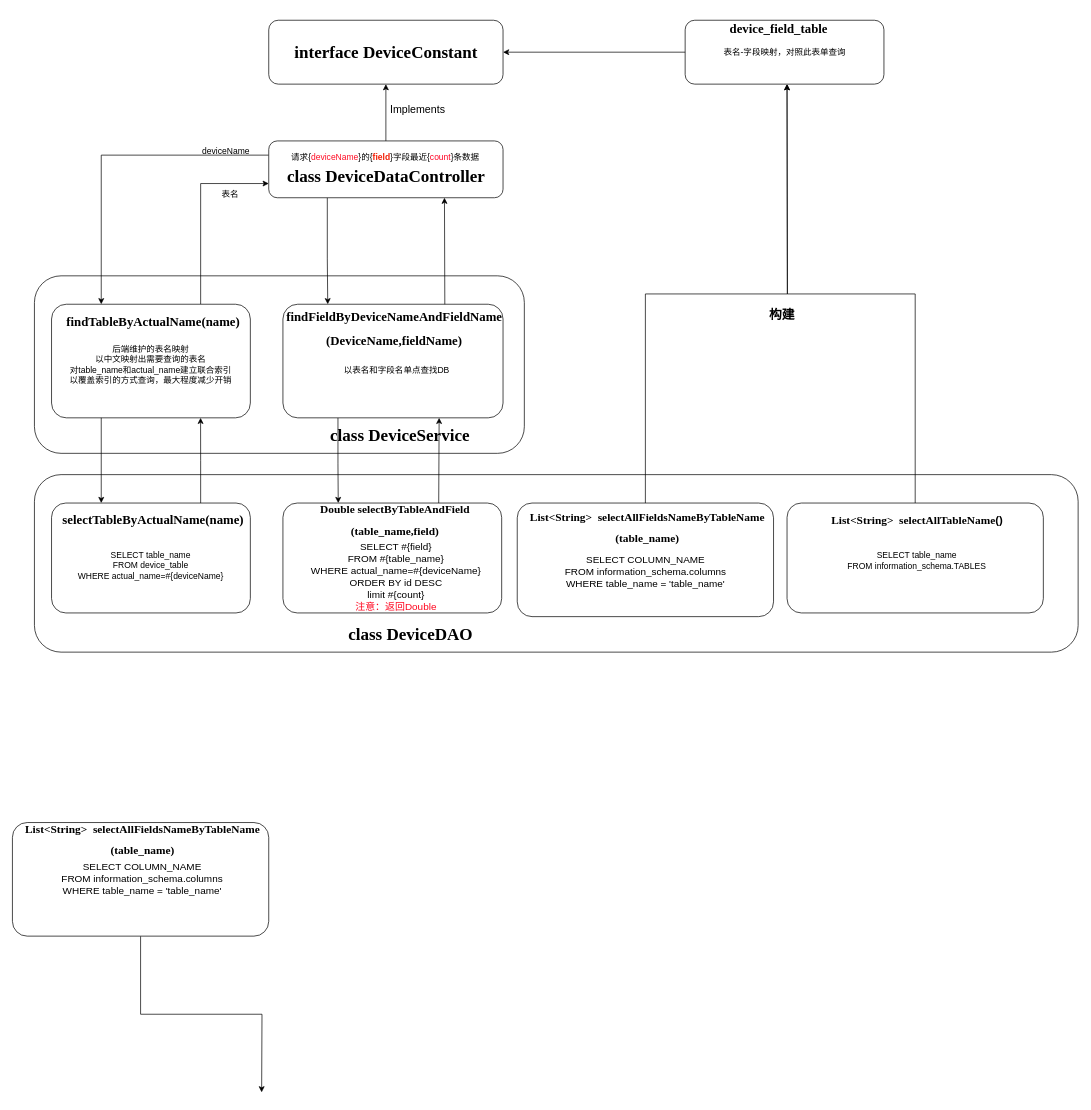
Above: 未命名绘图.drawio in RK-JD/DrawIO (draw.io), before the change. Source tidied: cells renumbered, new cells numbered last; positions are measured from the earlier drawing's top-left corner, leaving out a move shared by most shapes. Both pictures are drawn from the tidied source at 71%, with x=0, y=0 at pixel (12, 20).
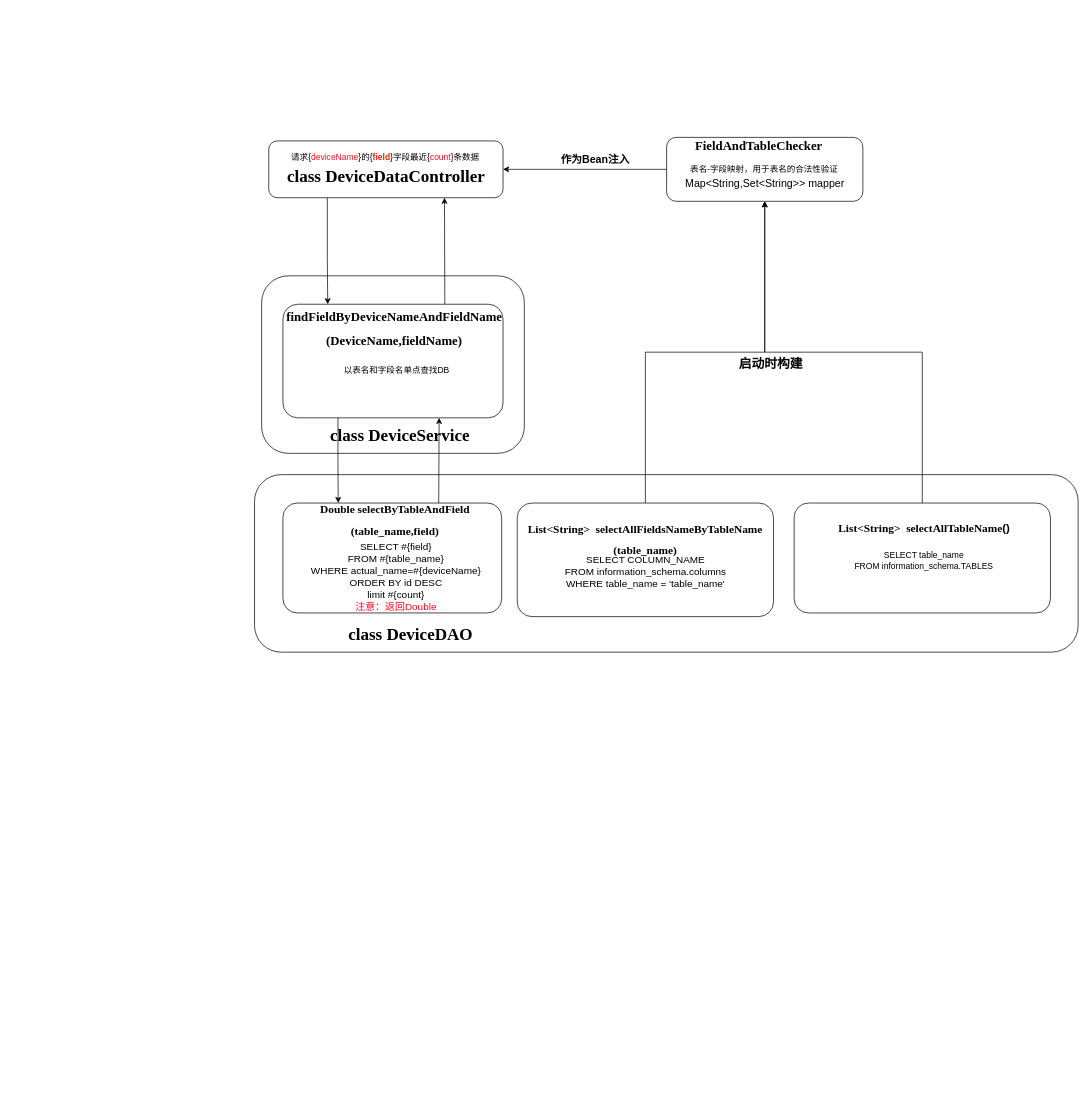
Above is the later version.

Commit message:
更新未命名绘图.drawio

Unchanged cells that the change refers to:
```xml
<mxCell id="38" style="rounded=1;whiteSpace=wrap;html=1;" parent="1" vertex="1">
  <mxGeometry x="361" y="170" width="330" height="80" as="geometry" />
</mxCell>
<mxCell id="49" style="group;" parent="48" vertex="1">
  <mxGeometry width="361" height="154.8" as="geometry" />
</mxCell>
<mxCell id="51" style="rounded=1;whiteSpace=wrap;html=1;arcSize=13;" parent="49" vertex="1">
  <mxGeometry width="361" height="154.8" as="geometry" />
</mxCell>
<mxCell id="57" style="rounded=1;whiteSpace=wrap;html=1;arcSize=13;" parent="1" vertex="1">
  <mxGeometry x="711" y="680" width="361" height="160" as="geometry" />
</mxCell>
```

Diff of the diagram source:
```diff
@@
     <mxCell id="2" style="rounded=1;whiteSpace=wrap;html=1;" parent="1" vertex="1">
-      <mxGeometry x="31" y="640" width="1470" height="250" as="geometry" />
+      <mxGeometry x="341" y="640" width="1160" height="250" as="geometry" />
     </mxCell>
     <mxCell id="3" style="rounded=1;whiteSpace=wrap;html=1;" parent="1" vertex="1">
-      <mxGeometry x="31" y="360" width="690" height="250" as="geometry" />
+      <mxGeometry x="351" y="360" width="370" height="250" as="geometry" />
     </mxCell>
-    <mxCell id="4" value="deviceName" style="text;html=1;strokeColor=none;fillColor=none;align=center;verticalAlign=middle;whiteSpace=wrap;rounded=0;" parent="1" vertex="1">
-      <mxGeometry x="271" y="170" width="60" height="30" as="geometry" />
-    </mxCell>
-    <mxCell id="5" value="表名" style="text;html=1;strokeColor=none;fillColor=none;align=center;verticalAlign=middle;whiteSpace=wrap;rounded=0;" parent="1" vertex="1">
-      <mxGeometry x="276.9" y="230" width="60" height="30" as="geometry" />
-    </mxCell>
-    <mxCell id="6" style="edgeStyle=orthogonalEdgeStyle;rounded=0;jettySize=auto;html=1;exitX=0;exitY=0.25;exitDx=0;exitDy=0;entryX=0.25;entryY=0;entryDx=0;entryDy=0;" parent="1" edge="1" source="38" target="33">
-      <mxGeometry relative="1" as="geometry" />
-    </mxCell>
-    <mxCell id="7" style="edgeStyle=orthogonalEdgeStyle;rounded=0;jettySize=auto;html=1;exitX=0.75;exitY=0;exitDx=0;exitDy=0;entryX=0;entryY=0.75;entryDx=0;entryDy=0;" parent="1" edge="1" source="33" target="38">
-      <mxGeometry relative="1" as="geometry" />
-    </mxCell>
-    <mxCell id="8" style="rounded=1;whiteSpace=wrap;html=1;" parent="1" vertex="1">
-      <mxGeometry x="361" width="330" height="90" as="geometry" />
-    </mxCell>
-    <mxCell id="9" style="edgeStyle=orthogonalEdgeStyle;rounded=0;jettySize=auto;html=1;exitX=0.5;exitY=0;exitDx=0;exitDy=0;entryX=0.5;entryY=1;entryDx=0;entryDy=0;" parent="1" edge="1" source="38" target="8">
-      <mxGeometry relative="1" as="geometry" />
-    </mxCell>
-    <mxCell id="10" value="&lt;span style=&quot;font-weight: normal;&quot;&gt;Implements&lt;/span&gt;" style="text;html=1;strokeColor=none;fillColor=none;align=center;verticalAlign=middle;whiteSpace=wrap;rounded=0;fontSize=15;fontStyle=1;" parent="1" vertex="1">
-      <mxGeometry x="541" y="110" width="60" height="30" as="geometry" />
-    </mxCell>
-    <mxCell id="11" value="&lt;h1 style=&quot;border-color: var(--border-color);&quot;&gt;&lt;font style=&quot;border-color: var(--border-color);&quot; face=&quot;Times New Roman&quot;&gt;interface&amp;nbsp;&lt;/font&gt;&lt;font face=&quot;Times New Roman&quot;&gt;DeviceConstant&lt;/font&gt;&lt;/h1&gt;" style="text;html=1;strokeColor=none;fillColor=none;align=center;verticalAlign=middle;whiteSpace=wrap;rounded=0;" parent="1" vertex="1">
-      <mxGeometry x="383.5" y="30" width="285" height="30" as="geometry" />
-    </mxCell>
-    <mxCell id="12" style="group;" parent="1" vertex="1">
-      <mxGeometry y="1130" width="361" height="160" as="geometry" />
-    </mxCell>
-    <mxCell id="13" style="group;" parent="12" vertex="1">
-      <mxGeometry width="361" height="160" as="geometry" />
-    </mxCell>
-    <mxCell id="14" style="group;" parent="13" vertex="1">
-      <mxGeometry width="361" height="160" as="geometry" />
-    </mxCell>
-    <mxCell id="15" style="edgeStyle=orthogonalEdgeStyle;rounded=0;jettySize=auto;html=1;exitX=0.5;exitY=1;exitDx=0;exitDy=0;" parent="14" edge="1" source="16">
-      <mxGeometry relative="1" as="geometry">
-        <mxPoint x="351" y="380" as="targetPoint" />
-      </mxGeometry>
-    </mxCell>
-    <mxCell id="16" style="rounded=1;whiteSpace=wrap;html=1;arcSize=13;" parent="14" vertex="1">
-      <mxGeometry width="361" height="160" as="geometry" />
-    </mxCell>
-    <mxCell id="17" value="&lt;h1 style=&quot;border-color: var(--border-color); font-size: 16px;&quot;&gt;&lt;font style=&quot;border-color: var(--border-color); font-size: 16px;&quot; face=&quot;Times New Roman&quot;&gt;List&amp;lt;String&amp;gt;&amp;nbsp; selectAllFieldsNameByTableName&lt;/font&gt;&lt;/h1&gt;&lt;h1 style=&quot;border-color: var(--border-color); font-size: 16px;&quot;&gt;&lt;font style=&quot;border-color: var(--border-color); font-size: 16px;&quot; face=&quot;Times New Roman&quot;&gt;(table_name)&lt;/font&gt;&lt;/h1&gt;" style="text;html=1;strokeColor=none;fillColor=none;align=center;verticalAlign=middle;whiteSpace=wrap;rounded=0;fontSize=16;spacing=2;" parent="14" vertex="1">
-      <mxGeometry x="5.6" y="9.7" width="355.4" height="29" as="geometry" />
-    </mxCell>
-    <mxCell id="18" value="&lt;font style=&quot;font-size: 14px;&quot;&gt;SELECT COLUMN_NAME &lt;br&gt;FROM information_schema.columns &lt;br&gt;WHERE table_name = 'table_name'&lt;br&gt;&lt;/font&gt;" style="text;whiteSpace=wrap;html=1;align=center;" parent="14" vertex="1">
-      <mxGeometry x="38.4" y="47.4" width="289.8" height="60" as="geometry" />
-    </mxCell>
@@
-    <mxCell id="20" style="group;" parent="1" vertex="1">
-      <mxGeometry x="55.1" y="680" width="281.8" height="154.8" as="geometry" />
-    </mxCell>
-    <mxCell id="21" style="rounded=1;whiteSpace=wrap;html=1;arcSize=13;" parent="20" vertex="1">
-      <mxGeometry width="280" height="154.8" as="geometry" />
-    </mxCell>
-    <mxCell id="22" value="&lt;h1 style=&quot;border-color: var(--border-color); font-size: 18px;&quot;&gt;&lt;font style=&quot;border-color: var(--border-color); font-size: 18px;&quot; face=&quot;Times New Roman&quot;&gt;selectTableByActualName(name)&lt;/font&gt;&lt;/h1&gt;" style="text;html=1;strokeColor=none;fillColor=none;align=center;verticalAlign=middle;whiteSpace=wrap;rounded=0;fontSize=18;" parent="20" vertex="1">
-      <mxGeometry x="5.2" y="9.7" width="276.5" height="29" as="geometry" />
-    </mxCell>
-    <mxCell id="23" value="SELECT table_name&lt;br&gt;FROM device_table&lt;br&gt;WHERE actual_name=#{deviceName}" style="text;whiteSpace=wrap;html=1;align=center;" parent="20" vertex="1">
-      <mxGeometry x="5" y="60" width="270" height="77.4" as="geometry" />
-    </mxCell>
-    <mxCell id="24" style="edgeStyle=orthogonalEdgeStyle;rounded=0;jettySize=auto;html=1;exitX=0.75;exitY=0;exitDx=0;exitDy=0;" parent="20" edge="1" source="21">
-      <mxGeometry relative="1" as="geometry">
-        <mxPoint x="209.9" y="-120" as="targetPoint" />
-      </mxGeometry>
-    </mxCell>
@@
-    <mxCell id="32" style="group;" parent="1" vertex="1">
-      <mxGeometry x="55.1" y="400" width="281.8" height="160" as="geometry" />
-    </mxCell>
-    <mxCell id="33" style="rounded=1;whiteSpace=wrap;html=1;arcSize=13;" parent="32" vertex="1">
-      <mxGeometry width="280" height="160" as="geometry" />
-    </mxCell>
-    <mxCell id="34" value="&lt;h1 style=&quot;border-color: var(--border-color); font-size: 18px;&quot;&gt;&lt;font style=&quot;border-color: var(--border-color); font-size: 18px;&quot; face=&quot;Times New Roman&quot;&gt;findTableByActualName(name)&lt;/font&gt;&lt;/h1&gt;" style="text;html=1;strokeColor=none;fillColor=none;align=center;verticalAlign=middle;whiteSpace=wrap;rounded=0;fontSize=18;" parent="32" vertex="1">
-      <mxGeometry x="5.2" y="10" width="276.5" height="30" as="geometry" />
-    </mxCell>
-    <mxCell id="35" value="后端维护的表名映射&lt;br&gt;以中文映射出需要查询的表名&lt;br&gt;对table_name和actual_name建立联合索引&lt;br&gt;以覆盖索引的方式查询，最大程度减少开销" style="text;whiteSpace=wrap;html=1;align=center;" parent="32" vertex="1">
-      <mxGeometry x="5" y="50" width="270" height="80" as="geometry" />
-    </mxCell>
-    <mxCell id="36" style="edgeStyle=orthogonalEdgeStyle;rounded=0;jettySize=auto;html=1;exitX=0.25;exitY=1;exitDx=0;exitDy=0;entryX=0.25;entryY=0;entryDx=0;entryDy=0;" parent="1" edge="1" source="33" target="21">
-      <mxGeometry relative="1" as="geometry" />
-    </mxCell>
@@
     <mxCell id="47" style="group;" parent="1" vertex="1">
-      <mxGeometry x="1091" y="680" width="361" height="154.8" as="geometry" />
+      <mxGeometry x="1101" y="680" width="361" height="154.8" as="geometry" />
     </mxCell>
@@
-    <mxCell id="50" style="edgeStyle=orthogonalEdgeStyle;rounded=0;jettySize=auto;html=1;exitX=0.5;exitY=0;exitDx=0;exitDy=0;" parent="49" edge="1" source="51">
-      <mxGeometry relative="1" as="geometry">
-        <mxPoint y="-590" as="targetPoint" />
-      </mxGeometry>
-    </mxCell>
@@
     <mxCell id="52" value="&lt;h1 style=&quot;border-color: var(--border-color); font-size: 16px;&quot;&gt;&lt;font style=&quot;border-color: var(--border-color); font-size: 16px;&quot; face=&quot;Times New Roman&quot;&gt;List&amp;lt;String&amp;gt;&amp;nbsp; selectAllTableName&lt;/font&gt;()&lt;/h1&gt;" style="text;html=1;strokeColor=none;fillColor=none;align=center;verticalAlign=middle;whiteSpace=wrap;rounded=0;fontSize=16;spacing=2;" parent="49" vertex="1">
-      <mxGeometry x="5.6" y="9.7" width="355.4" height="29" as="geometry" />
+      <mxGeometry x="5.6" y="20" width="355.4" height="29" as="geometry" />
     </mxCell>
@@
     <mxCell id="54" style="group;" parent="1" vertex="1">
-      <mxGeometry x="941" width="286.5" height="90" as="geometry" />
+      <mxGeometry x="915" y="165" width="306" height="110" as="geometry" />
     </mxCell>
+    <mxCell id="63" style="group;" parent="54" vertex="1">
+      <mxGeometry x="-8.4" width="306" height="90" as="geometry" />
+    </mxCell>
-    <mxCell id="55" value="表名-字段映射，对照此表单查询" style="rounded=1;whiteSpace=wrap;html=1;" parent="54" vertex="1">
-      <mxGeometry x="6.5" width="280" height="90" as="geometry" />
+    <mxCell id="55" value="表名-字段映射，用于表名的合法性验证" style="rounded=1;whiteSpace=wrap;html=1;" parent="63" vertex="1">
+      <mxGeometry x="14.8" width="276.4" height="90" as="geometry" />
     </mxCell>
-    <mxCell id="56" value="&lt;h1 style=&quot;border-color: var(--border-color); font-size: 18px;&quot;&gt;&lt;font face=&quot;Times New Roman&quot;&gt;device_field_table&lt;/font&gt;&lt;/h1&gt;" style="text;html=1;strokeColor=none;fillColor=none;align=center;verticalAlign=middle;whiteSpace=wrap;rounded=0;fontSize=18;" parent="54" vertex="1">
-      <mxGeometry width="276.5" height="23.5" as="geometry" />
+    <mxCell id="56" value="&lt;h1 style=&quot;border-color: var(--border-color); font-size: 18px;&quot;&gt;&lt;font face=&quot;Times New Roman&quot;&gt;FieldAndTableChecker&lt;/font&gt;&lt;/h1&gt;" style="text;html=1;strokeColor=none;fillColor=none;align=center;verticalAlign=middle;whiteSpace=wrap;rounded=0;fontSize=18;" parent="63" vertex="1">
+      <mxGeometry x="8.4" width="272.9" height="23.5" as="geometry" />
     </mxCell>
+    <mxCell id="64" value="&lt;font style=&quot;font-size: 15px;&quot;&gt;Map&amp;lt;String,Set&amp;lt;String&amp;gt;&amp;gt; mapper&lt;/font&gt;" style="text;html=1;strokeColor=none;fillColor=none;align=center;verticalAlign=middle;whiteSpace=wrap;rounded=0;fontSize=15;" parent="63" vertex="1">
+      <mxGeometry y="60" width="306" height="10" as="geometry" />
+    </mxCell>
+    <mxCell id="65" style="edgeStyle=orthogonalEdgeStyle;rounded=0;jettySize=auto;html=1;exitX=0.5;exitY=0;exitDx=0;exitDy=0;entryX=0.5;entryY=1;entryDx=0;entryDy=0;" parent="1" edge="1" source="57" target="55">
+      <mxGeometry relative="1" as="geometry" />
+    </mxCell>
@@
     <mxCell id="58" value="&lt;h1 style=&quot;border-color: var(--border-color); font-size: 16px;&quot;&gt;&lt;font style=&quot;border-color: var(--border-color); font-size: 16px;&quot; face=&quot;Times New Roman&quot;&gt;List&amp;lt;String&amp;gt;&amp;nbsp; selectAllFieldsNameByTableName&lt;/font&gt;&lt;/h1&gt;&lt;h1 style=&quot;border-color: var(--border-color); font-size: 16px;&quot;&gt;&lt;font style=&quot;border-color: var(--border-color); font-size: 16px;&quot; face=&quot;Times New Roman&quot;&gt;(table_name)&lt;/font&gt;&lt;/h1&gt;" style="text;html=1;strokeColor=none;fillColor=none;align=center;verticalAlign=middle;whiteSpace=wrap;rounded=0;fontSize=16;spacing=2;" parent="1" vertex="1">
-      <mxGeometry x="716.6" y="700" width="355.4" height="29" as="geometry" />
+      <mxGeometry x="713.8" y="716.1" width="355.4" height="29" as="geometry" />
     </mxCell>
-    <mxCell id="59" style="edgeStyle=orthogonalEdgeStyle;rounded=0;jettySize=auto;html=1;exitX=0.5;exitY=0;exitDx=0;exitDy=0;" parent="1" edge="1" source="57">
-      <mxGeometry relative="1" as="geometry">
-        <mxPoint x="1091" y="90" as="targetPoint" />
-      </mxGeometry>
-    </mxCell>
@@
-    <mxCell id="61" style="edgeStyle=orthogonalEdgeStyle;rounded=0;jettySize=auto;html=1;exitX=0;exitY=0.5;exitDx=0;exitDy=0;entryX=1;entryY=0.5;entryDx=0;entryDy=0;" parent="1" edge="1" source="55" target="8">
-      <mxGeometry relative="1" as="geometry" />
-    </mxCell>
-    <mxCell id="62" value="&lt;h2&gt;构建&lt;/h2&gt;" style="text;html=1;strokeColor=none;fillColor=none;align=center;verticalAlign=middle;whiteSpace=wrap;rounded=0;" parent="1" vertex="1">
-      <mxGeometry x="1054.2" y="400" width="60" height="30" as="geometry" />
+    <mxCell id="62" value="&lt;h2&gt;启动时构建&lt;/h2&gt;" style="text;html=1;strokeColor=none;fillColor=none;align=center;verticalAlign=middle;whiteSpace=wrap;rounded=0;" parent="1" vertex="1">
+      <mxGeometry x="1004.6" y="470" width="126.8" height="30" as="geometry" />
     </mxCell>
+    <mxCell id="66" style="edgeStyle=orthogonalEdgeStyle;rounded=0;jettySize=auto;html=1;exitX=0.5;exitY=0;exitDx=0;exitDy=0;" parent="1" edge="1" source="51" target="55">
+      <mxGeometry relative="1" as="geometry" />
+    </mxCell>
+    <mxCell id="67" style="edgeStyle=orthogonalEdgeStyle;rounded=0;jettySize=auto;html=1;exitX=0;exitY=0.5;exitDx=0;exitDy=0;entryX=1;entryY=0.5;entryDx=0;entryDy=0;" parent="1" edge="1" source="55" target="38">
+      <mxGeometry relative="1" as="geometry" />
+    </mxCell>
+    <mxCell id="68" value="作为Bean注入" style="text;html=1;strokeColor=none;fillColor=none;align=center;verticalAlign=middle;whiteSpace=wrap;rounded=0;fontSize=15;fontStyle=1;" parent="1" vertex="1">
+      <mxGeometry x="771" y="180" width="100" height="30" as="geometry" />
+    </mxCell>
```
